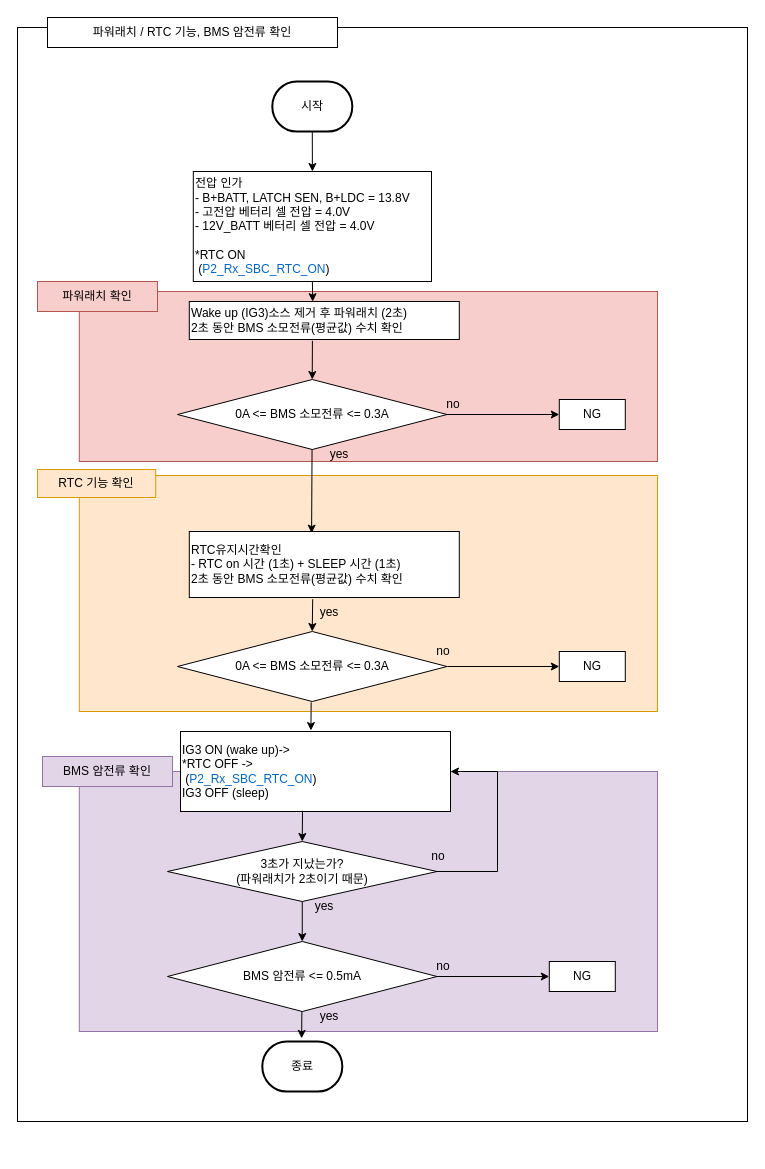
Earlier version of the draw.io diagram 파워래치/rtc 기능 확인 bms 암전류 확인.drawio (chaeyoonl/state-transition-diagram-test). Source tidied: cells renumbered, new cells numbered last; positions are measured from the earlier drawing's top-left corner, leaving out a move shared by most shapes. Both pictures are drawn from the tidied source at 100%, with x=0, y=0 at pixel (17, 17).
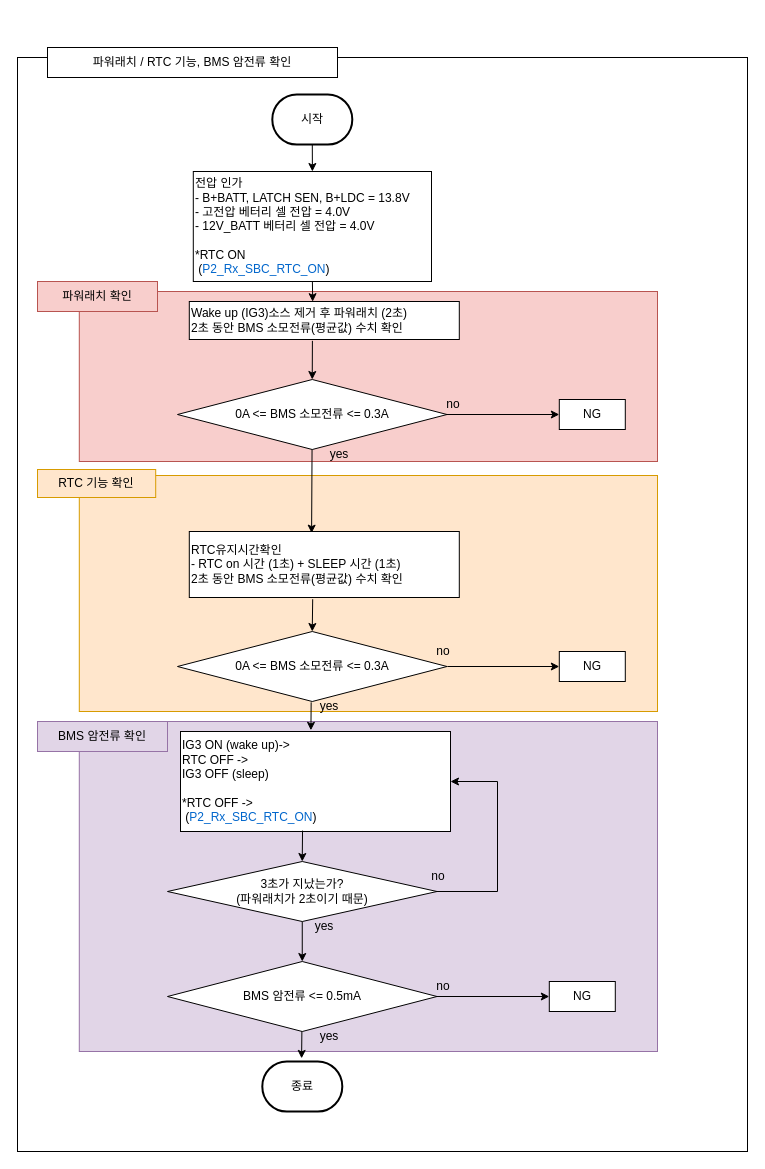
The same page after the edit.

Commit message:
rtc 기능 확인 bms 암전류 확인.drawio 업데이트

The edit, as a diff of the source:
```diff
@@
     <mxCell id="3" style="rounded=0;whiteSpace=wrap;html=1;" parent="1" vertex="1">
-      <mxGeometry y="10" width="730" height="1094" as="geometry" />
+      <mxGeometry y="40" width="730" height="1094" as="geometry" />
     </mxCell>
     <mxCell id="4" value="파워래치 / RTC 기능, BMS 암전류 확인" style="rounded=0;whiteSpace=wrap;html=1;" parent="1" vertex="1">
-      <mxGeometry x="30" width="290" height="30" as="geometry" />
+      <mxGeometry x="30" y="30" width="290" height="30" as="geometry" />
     </mxCell>
@@
     <mxCell id="6" value="시작" style="strokeWidth=2;html=1;shape=mxgraph.flowchart.terminator;whiteSpace=wrap;" parent="1" vertex="1">
-      <mxGeometry x="254.8" y="64" width="80" height="50" as="geometry" />
+      <mxGeometry x="254.8" y="77" width="80" height="50" as="geometry" />
     </mxCell>
@@
     <mxCell id="27" style="rounded=0;whiteSpace=wrap;html=1;fillColor=#e1d5e7;strokeColor=#9673a6;" parent="1" vertex="1">
-      <mxGeometry x="61.8" y="754" width="578.2" height="260" as="geometry" />
+      <mxGeometry x="61.8" y="704" width="578.2" height="330" as="geometry" />
     </mxCell>
@@
-    <mxCell id="29" value="yes" style="text;html=1;strokeColor=none;fillColor=none;align=center;verticalAlign=middle;whiteSpace=wrap;rounded=0;" parent="1" vertex="1">
-      <mxGeometry x="281.8" y="580" width="60" height="30" as="geometry" />
-    </mxCell>
     <mxCell id="30" value="종료" style="strokeWidth=2;html=1;shape=mxgraph.flowchart.terminator;whiteSpace=wrap;" parent="1" vertex="1">
-      <mxGeometry x="244.8" y="1024" width="80" height="50" as="geometry" />
+      <mxGeometry x="244.8" y="1044" width="80" height="50" as="geometry" />
     </mxCell>
@@
-    <mxCell id="32" value="IG3 ON (wake up)-&amp;gt;&lt;br&gt;*RTC OFF -&amp;gt;&lt;br&gt;&amp;nbsp;(&lt;font style=&quot;border-color: var(--border-color);&quot; color=&quot;#0066cc&quot;&gt;P2_Rx_SBC_RTC_ON&lt;/font&gt;)&lt;br&gt;IG3 OFF (sleep)" style="rounded=0;whiteSpace=wrap;html=1;align=left;" parent="1" vertex="1">
-      <mxGeometry x="163" y="714" width="270" height="80" as="geometry" />
+    <mxCell id="32" value="IG3 ON (wake up)-&amp;gt;&lt;br&gt;RTC OFF -&amp;gt;&lt;br&gt;IG3 OFF (sleep)&lt;br&gt;&lt;br&gt;*RTC OFF -&amp;gt;&lt;br style=&quot;border-color: var(--border-color);&quot;&gt;&amp;nbsp;(&lt;font style=&quot;border-color: var(--border-color);&quot; color=&quot;#0066cc&quot;&gt;P2_Rx_SBC_RTC_ON&lt;/font&gt;)" style="rounded=0;whiteSpace=wrap;html=1;align=left;" parent="1" vertex="1">
+      <mxGeometry x="163" y="714" width="270" height="100" as="geometry" />
     </mxCell>
     <mxCell id="33" value="BMS 암전류 &amp;lt;= 0.5mA" style="rhombus;whiteSpace=wrap;html=1;" parent="1" vertex="1">
-      <mxGeometry x="150" y="924" width="269.5" height="70" as="geometry" />
+      <mxGeometry x="150" y="944" width="269.5" height="70" as="geometry" />
     </mxCell>
     <mxCell id="34" style="endArrow=classic;html=1;rounded=0;entryX=0.453;entryY=0.025;entryDx=0;entryDy=0;entryPerimeter=0;" parent="1" edge="1" source="33">
       <mxGeometry relative="1" as="geometry">
-        <mxPoint x="284.1" y="1020.9" as="targetPoint" />
+        <mxPoint x="284.1" y="1040.9" as="targetPoint" />
       </mxGeometry>
     </mxCell>
     <mxCell id="35" value="yes" style="text;html=1;strokeColor=none;fillColor=none;align=center;verticalAlign=middle;whiteSpace=wrap;rounded=0;" parent="1" vertex="1">
-      <mxGeometry x="281.8" y="984" width="60" height="30" as="geometry" />
+      <mxGeometry x="281.8" y="1004" width="60" height="30" as="geometry" />
     </mxCell>
     <mxCell id="36" value="NG" style="rounded=0;whiteSpace=wrap;html=1;align=center;" parent="1" vertex="1">
-      <mxGeometry x="531.8" y="944" width="66" height="30" as="geometry" />
+      <mxGeometry x="531.8" y="964" width="66" height="30" as="geometry" />
     </mxCell>
@@
     <mxCell id="38" value="no" style="text;html=1;strokeColor=none;fillColor=none;align=center;verticalAlign=middle;whiteSpace=wrap;rounded=0;" parent="1" vertex="1">
-      <mxGeometry x="395.8" y="934" width="60" height="30" as="geometry" />
+      <mxGeometry x="395.8" y="954" width="60" height="30" as="geometry" />
     </mxCell>
     <mxCell id="39" value="3초가 지났는가?&lt;br&gt;(파워래치가 2초이기 때문)" style="rhombus;whiteSpace=wrap;html=1;" parent="1" vertex="1">
-      <mxGeometry x="150" y="824" width="269.5" height="60" as="geometry" />
+      <mxGeometry x="150" y="844" width="269.5" height="60" as="geometry" />
     </mxCell>
@@
     <mxCell id="41" style="endArrow=classic;html=1;rounded=0;exitX=1;exitY=0.5;exitDx=0;exitDy=0;entryX=1;entryY=0.5;entryDx=0;entryDy=0;" parent="1" edge="1" source="39" target="32">
       <mxGeometry relative="1" as="geometry">
         <Array as="points">
-          <mxPoint x="480" y="854" />
-          <mxPoint x="480" y="754" />
+          <mxPoint x="480" y="874" />
+          <mxPoint x="480" y="764" />
         </Array>
       </mxGeometry>
     </mxCell>
     <mxCell id="42" value="yes" style="text;html=1;strokeColor=none;fillColor=none;align=center;verticalAlign=middle;whiteSpace=wrap;rounded=0;" parent="1" vertex="1">
-      <mxGeometry x="277" y="874" width="60" height="30" as="geometry" />
+      <mxGeometry x="277" y="894" width="60" height="30" as="geometry" />
     </mxCell>
     <mxCell id="43" value="no" style="text;html=1;strokeColor=none;fillColor=none;align=center;verticalAlign=middle;whiteSpace=wrap;rounded=0;" parent="1" vertex="1">
-      <mxGeometry x="391" y="824" width="60" height="30" as="geometry" />
+      <mxGeometry x="391" y="844" width="60" height="30" as="geometry" />
     </mxCell>
     <mxCell id="44" value="&lt;span style=&quot;color: rgb(0, 0, 0); font-family: Helvetica; font-size: 12px; font-style: normal; font-variant-ligatures: normal; font-variant-caps: normal; font-weight: 400; letter-spacing: normal; orphans: 2; text-align: center; text-indent: 0px; text-transform: none; widows: 2; word-spacing: 0px; -webkit-text-stroke-width: 0px; text-decoration-thickness: initial; text-decoration-style: initial; text-decoration-color: initial; float: none; display: inline !important;&quot;&gt;BMS 암전류 확인&lt;br&gt;&lt;/span&gt;" style="rounded=0;whiteSpace=wrap;html=1;fillColor=#e1d5e7;strokeColor=#9673a6;labelBackgroundColor=none;" parent="1" vertex="1">
-      <mxGeometry x="25" y="739" width="130" height="30" as="geometry" />
+      <mxGeometry x="20" y="704" width="130" height="30" as="geometry" />
     </mxCell>
+    <mxCell id="29" value="yes" style="text;html=1;strokeColor=none;fillColor=none;align=center;verticalAlign=middle;whiteSpace=wrap;rounded=0;" parent="1" vertex="1">
+      <mxGeometry x="281.8" y="674" width="60" height="30" as="geometry" />
+    </mxCell>
```
